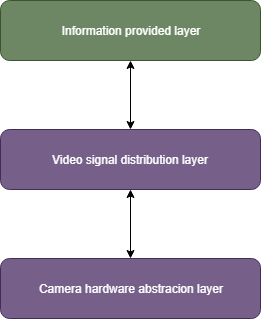
Before: res/sw-arch-camera-service.png, a diagram exported from draw.io (rondor1/msc). Source tidied: cells renumbered, new cells last; positions are measured from the earlier drawing's top-left corner, leaving out a move shared by most shapes.
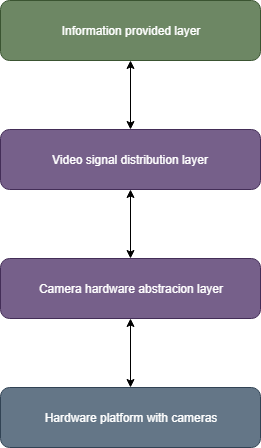
The same file after the commit.

The edit, as a diff of the source:
```diff
@@ -17,5 +17,11 @@
     <mxCell id="6" style="endArrow=classic;startArrow=classic;html=1;entryX=0.5;entryY=1;entryDx=0;entryDy=0;exitX=0.5;exitY=0;exitDx=0;exitDy=0;" parent="1" edge="1" source="3" target="2">
       <mxGeometry relative="1" as="geometry" />
     </mxCell>
+    <mxCell id="7" value="Hardware platform with cameras" style="rounded=1;whiteSpace=wrap;html=1;fillColor=#647687;strokeColor=#314354;fontColor=#ffffff;" parent="1" vertex="1">
+      <mxGeometry y="387" width="260" height="60" as="geometry" />
+    </mxCell>
+    <mxCell id="8" style="endArrow=classic;startArrow=classic;html=1;entryX=0.5;entryY=1;entryDx=0;entryDy=0;exitX=0.5;exitY=0;exitDx=0;exitDy=0;" parent="1" edge="1" source="7" target="4">
+      <mxGeometry relative="1" as="geometry" />
+    </mxCell>
   </root>
 </mxGraphModel>
```
